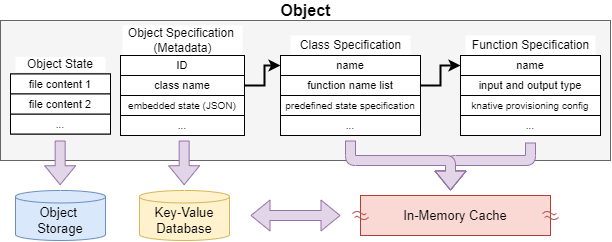
Above: doc/diagrams/oaas_datamodel_v3.dio.png in hpcclab/OaaS (draw.io), before the change. Source tidied: cells renumbered, new cells last; positions are measured from the earlier drawing's top-left corner, leaving out a move shared by most shapes.
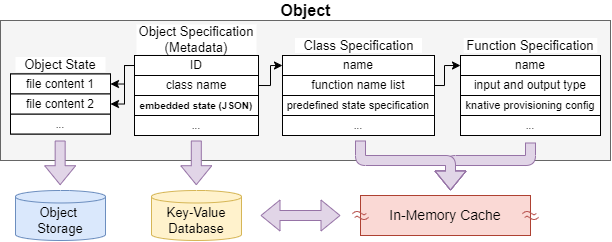
After the commit.

Diff of the diagram source:
```diff
@@ -11,68 +11,60 @@
     <mxCell id="4" style="rounded=0;whiteSpace=wrap;html=1;labelBackgroundColor=none;fontSize=12;strokeColor=#000000;verticalAlign=top;" parent="1" vertex="1">
       <mxGeometry x="10" y="73.5" width="100" height="60" as="geometry" />
     </mxCell>
-    <mxCell id="5" style="rounded=0;whiteSpace=wrap;html=1;labelBackgroundColor=none;fontSize=12;strokeColor=#000000;verticalAlign=top;" parent="1" vertex="1">
-      <mxGeometry x="280" y="60" width="140" height="75" as="geometry" />
-    </mxCell>
     <mxCell id="6" value="Object &lt;br&gt;Storage" style="shape=cylinder3;whiteSpace=wrap;html=1;boundedLbl=1;backgroundOutline=1;size=6.239990234375;labelBackgroundColor=none;fontSize=13;strokeColor=#6c8ebf;fillColor=#dae8fc;" parent="1" vertex="1">
       <mxGeometry x="15" y="190" width="90" height="50" as="geometry" />
     </mxCell>
     <mxCell id="7" style="rounded=0;whiteSpace=wrap;html=1;labelBackgroundColor=none;fontSize=13;strokeColor=#000000;" parent="1" vertex="1">
       <mxGeometry x="460" y="55" width="140" height="80" as="geometry" />
     </mxCell>
-    <mxCell id="8" style="edgeStyle=orthogonalEdgeStyle;rounded=0;jettySize=auto;html=1;entryX=0;entryY=0.5;entryDx=0;entryDy=0;fontSize=12;startArrow=none;startFill=0;endArrow=classic;endFill=1;strokeWidth=2;exitX=1;exitY=0.5;exitDx=0;exitDy=0;" parent="1" edge="1" source="32" target="36">
-      <mxGeometry relative="1" as="geometry" />
+    <mxCell id="8" style="edgeStyle=orthogonalEdgeStyle;rounded=0;jettySize=auto;html=1;entryX=0;entryY=0.5;entryDx=0;entryDy=0;fontSize=12;startArrow=none;startFill=0;endArrow=classic;endFill=1;strokeWidth=1;exitX=1;exitY=0.5;exitDx=0;exitDy=0;" parent="1" edge="1" source="32" target="36">
+      <mxGeometry relative="1" as="geometry">
+        <Array as="points">
+          <mxPoint x="270" y="85" />
+          <mxPoint x="270" y="65" />
+        </Array>
+      </mxGeometry>
     </mxCell>
     <mxCell id="9" value="class name" style="rounded=0;whiteSpace=wrap;html=1;labelBackgroundColor=none;fontSize=10;strokeColor=#9673a6;fillColor=#e1d5e7;" parent="1" vertex="1">
       <mxGeometry x="140" y="95" width="100" height="20" as="geometry" />
     </mxCell>
     <mxCell id="10" value="..." style="rounded=0;whiteSpace=wrap;html=1;labelBackgroundColor=none;fontSize=10;" parent="1" vertex="1">
-      <mxGeometry x="120" y="115" width="124" height="20" as="geometry" />
+      <mxGeometry x="134" y="115" width="124" height="20" as="geometry" />
     </mxCell>
-    <mxCell id="11" value="&lt;span&gt;Class Specification&lt;/span&gt;" style="text;html=1;align=center;verticalAlign=middle;strokeColor=none;fillColor=default;fontSize=12;" parent="1" vertex="1">
-      <mxGeometry x="290" y="35" width="120" height="20" as="geometry" />
-    </mxCell>
-    <mxCell id="12" style="edgeStyle=orthogonalEdgeStyle;rounded=0;jettySize=auto;html=1;entryX=0;entryY=0.5;entryDx=0;entryDy=0;fontSize=16;startArrow=none;startFill=0;endArrow=classic;endFill=1;strokeWidth=2;fillColor=default;" parent="1" edge="1" source="13" target="16">
-      <mxGeometry relative="1" as="geometry" />
+    <mxCell id="12" style="edgeStyle=orthogonalEdgeStyle;rounded=0;jettySize=auto;html=1;entryX=0;entryY=0.5;entryDx=0;entryDy=0;fontSize=16;startArrow=none;startFill=0;endArrow=classic;endFill=1;strokeWidth=1;fillColor=default;exitX=1;exitY=0.5;exitDx=0;exitDy=0;" parent="1" edge="1" source="35" target="16">
+      <mxGeometry relative="1" as="geometry">
+        <Array as="points">
+          <mxPoint x="444" y="85" />
+          <mxPoint x="444" y="65" />
+        </Array>
+      </mxGeometry>
     </mxCell>
-    <mxCell id="13" value="function name list" style="rounded=0;whiteSpace=wrap;html=1;labelBackgroundColor=none;fontSize=10;strokeColor=#82b366;fillColor=#d5e8d4;" parent="1" vertex="1">
-      <mxGeometry x="280" y="75" width="140" height="20" as="geometry" />
-    </mxCell>
-    <mxCell id="14" value="predefined state specification" style="rounded=0;whiteSpace=wrap;html=1;labelBackgroundColor=none;fontSize=10;strokeColor=#82b366;fillColor=#d5e8d4;" parent="1" vertex="1">
-      <mxGeometry x="280" y="95" width="140" height="20" as="geometry" />
-    </mxCell>
-    <mxCell id="15" value="&lt;span style=&quot;font-size: 12px;&quot;&gt;Function Specification&lt;/span&gt;" style="text;html=1;align=center;verticalAlign=middle;strokeColor=none;fillColor=default;fontSize=12;" parent="1" vertex="1">
-      <mxGeometry x="465" y="35" width="130" height="20" as="geometry" />
-    </mxCell>
     <mxCell id="16" value="name" style="rounded=0;whiteSpace=wrap;html=1;labelBackgroundColor=none;fontSize=10;strokeColor=#82b366;fillColor=#d5e8d4;" parent="1" vertex="1">
       <mxGeometry x="460" y="55" width="140" height="20" as="geometry" />
     </mxCell>
     <mxCell id="17" value="input and output type" style="rounded=0;whiteSpace=wrap;html=1;labelBackgroundColor=none;fontSize=10;strokeColor=#82b366;fillColor=#d5e8d4;" parent="1" vertex="1">
       <mxGeometry x="460" y="75" width="140" height="20" as="geometry" />
     </mxCell>
-    <mxCell id="18" value="knative provisioning config" style="rounded=0;whiteSpace=wrap;html=1;labelBackgroundColor=none;fontSize=10;" parent="1" vertex="1">
+    <mxCell id="18" value="knative provisioning config" style="rounded=0;whiteSpace=wrap;html=1;labelBackgroundColor=none;fontSize=11;" parent="1" vertex="1">
       <mxGeometry x="460" y="95" width="140" height="20" as="geometry" />
     </mxCell>
     <mxCell id="19" value="..." style="rounded=0;whiteSpace=wrap;html=1;labelBackgroundColor=none;fontSize=10;" parent="1" vertex="1">
-      <mxGeometry x="280" y="115" width="140" height="20" as="geometry" />
+      <mxGeometry x="282" y="115" width="152" height="20" as="geometry" />
     </mxCell>
     <mxCell id="20" value="..." style="rounded=0;whiteSpace=wrap;html=1;labelBackgroundColor=none;fontSize=10;" parent="1" vertex="1">
       <mxGeometry x="460" y="115" width="140" height="20" as="geometry" />
     </mxCell>
-    <mxCell id="21" value="&lt;span style=&quot;font-size: 12px&quot;&gt;Object&amp;nbsp;&lt;/span&gt;Specification &lt;br&gt;(Metadata)" style="text;html=1;align=center;verticalAlign=middle;strokeColor=none;fillColor=default;fontSize=12;" parent="1" vertex="1">
-      <mxGeometry x="122" y="25" width="120" height="30" as="geometry" />
-    </mxCell>
-    <mxCell id="22" value="&lt;span style=&quot;font-size: 12px;&quot;&gt;Object State&lt;/span&gt;" style="text;whiteSpace=wrap;html=1;fontSize=12;align=center;verticalAlign=middle;fillColor=default;" parent="1" vertex="1">
+    <mxCell id="22" value="&lt;span style=&quot;font-size: 13px;&quot;&gt;Object State&lt;/span&gt;" style="text;whiteSpace=wrap;html=1;fontSize=13;align=center;verticalAlign=middle;fillColor=default;" parent="1" vertex="1">
       <mxGeometry x="15" y="56.5" width="90" height="15" as="geometry" />
     </mxCell>
     <mxCell id="23" value="..." style="rounded=0;whiteSpace=wrap;html=1;labelBackgroundColor=none;fontSize=10;" parent="1" vertex="1">
       <mxGeometry x="10" y="113.5" width="100" height="20" as="geometry" />
     </mxCell>
-    <mxCell id="24" value="In-Memory Cache" style="rounded=0;whiteSpace=wrap;html=1;fontFamily=Helvetica;fontSize=13;align=center;strokeColor=#ae4132;fillColor=#fad9d5;" parent="1" vertex="1">
-      <mxGeometry x="360" y="195" width="190" height="40" as="geometry" />
+    <mxCell id="24" value="In-Memory Cache" style="rounded=0;whiteSpace=wrap;html=1;fontFamily=Helvetica;fontSize=14;align=center;strokeColor=#ae4132;fillColor=#fad9d5;" parent="1" vertex="1">
+      <mxGeometry x="360" y="195" width="170" height="40" as="geometry" />
     </mxCell>
     <mxCell id="25" value="Key-Value&lt;br&gt;Database" style="shape=cylinder3;whiteSpace=wrap;html=1;boundedLbl=1;backgroundOutline=1;size=6.239990234375;labelBackgroundColor=none;fontSize=13;strokeColor=#d6b656;fillColor=#fff2cc;" parent="1" vertex="1">
-      <mxGeometry x="139" y="190" width="90" height="50" as="geometry" />
+      <mxGeometry x="151" y="190" width="90" height="50" as="geometry" />
     </mxCell>
     <mxCell id="26" style="shape=flexArrow;endArrow=classic;html=1;rounded=0;fontSize=10;strokeWidth=1;fillColor=#e1d5e7;strokeColor=#9673a6;" parent="1" edge="1">
       <mxGeometry relative="1" as="geometry">
@@ -82,8 +74,8 @@
     </mxCell>
     <mxCell id="27" style="shape=flexArrow;endArrow=classic;html=1;rounded=0;fontSize=10;strokeWidth=1;fillColor=#e1d5e7;strokeColor=#9673a6;" parent="1" edge="1">
       <mxGeometry relative="1" as="geometry">
-        <mxPoint x="183.7" y="140" as="sourcePoint" />
-        <mxPoint x="183.7" y="184.7" as="targetPoint" />
+        <mxPoint x="195.8" y="140" as="sourcePoint" />
+        <mxPoint x="195.8" y="184.7" as="targetPoint" />
       </mxGeometry>
     </mxCell>
     <mxCell id="28" style="shape=flexArrow;endArrow=classic;html=1;rounded=1;fontSize=10;strokeWidth=1;fillColor=#e1d5e7;strokeColor=#9673a6;" parent="1" edge="1">
@@ -98,45 +90,45 @@
     </mxCell>
     <mxCell id="29" style="shape=flexArrow;endArrow=classic;html=1;rounded=1;fontSize=10;strokeWidth=1;fillColor=#e1d5e7;strokeColor=#9673a6;sketch=0;targetPerimeterSpacing=0;sourcePerimeterSpacing=0;" parent="1" edge="1">
       <mxGeometry relative="1" as="geometry">
-        <mxPoint x="350" y="140" as="sourcePoint" />
+        <mxPoint x="360" y="140" as="sourcePoint" />
         <mxPoint x="450" y="190" as="targetPoint" />
         <Array as="points">
-          <mxPoint x="350" y="160" />
+          <mxPoint x="360" y="160" />
           <mxPoint x="450" y="160" />
         </Array>
       </mxGeometry>
     </mxCell>
-    <mxCell id="30" value="file content 1" style="rounded=0;whiteSpace=wrap;html=1;labelBackgroundColor=none;fontSize=11;" parent="1" vertex="1">
+    <mxCell id="30" value="file content 1" style="rounded=0;whiteSpace=wrap;html=1;labelBackgroundColor=none;fontSize=12;" parent="1" vertex="1">
       <mxGeometry x="10" y="73.5" width="100" height="20" as="geometry" />
     </mxCell>
-    <mxCell id="31" value="file content 2" style="rounded=0;whiteSpace=wrap;html=1;labelBackgroundColor=none;fontSize=11;" parent="1" vertex="1">
+    <mxCell id="31" value="file content 2" style="rounded=0;whiteSpace=wrap;html=1;labelBackgroundColor=none;fontSize=12;" parent="1" vertex="1">
       <mxGeometry x="10" y="93.5" width="100" height="20" as="geometry" />
     </mxCell>
-    <mxCell id="32" value="class name" style="rounded=0;whiteSpace=wrap;html=1;labelBackgroundColor=none;fontSize=11;" parent="1" vertex="1">
-      <mxGeometry x="120" y="75" width="124" height="20" as="geometry" />
+    <mxCell id="32" value="class name" style="rounded=0;whiteSpace=wrap;html=1;labelBackgroundColor=none;fontSize=12;" parent="1" vertex="1">
+      <mxGeometry x="134" y="75" width="124" height="20" as="geometry" />
     </mxCell>
-    <mxCell id="33" value="embedded state (JSON)" style="rounded=0;whiteSpace=wrap;html=1;labelBackgroundColor=none;fontSize=10;" parent="1" vertex="1">
-      <mxGeometry x="120" y="95" width="124" height="20" as="geometry" />
+    <mxCell id="33" value="&lt;b&gt;embedded state (JSON)&lt;/b&gt;" style="rounded=0;whiteSpace=wrap;html=1;labelBackgroundColor=none;fontSize=10;" parent="1" vertex="1">
+      <mxGeometry x="134" y="95" width="124" height="20" as="geometry" />
     </mxCell>
-    <mxCell id="34" value="predefined state specification" style="rounded=0;whiteSpace=wrap;html=1;labelBackgroundColor=none;fontSize=10;" parent="1" vertex="1">
-      <mxGeometry x="280" y="95" width="140" height="20" as="geometry" />
+    <mxCell id="34" value="predefined state specification" style="rounded=0;whiteSpace=wrap;html=1;labelBackgroundColor=none;fontSize=11;" parent="1" vertex="1">
+      <mxGeometry x="282" y="95" width="152" height="20" as="geometry" />
     </mxCell>
-    <mxCell id="35" value="function name list" style="rounded=0;whiteSpace=wrap;html=1;labelBackgroundColor=none;fontSize=11;" parent="1" vertex="1">
-      <mxGeometry x="280" y="75" width="140" height="20" as="geometry" />
+    <mxCell id="35" value="function name list" style="rounded=0;whiteSpace=wrap;html=1;labelBackgroundColor=none;fontSize=12;" parent="1" vertex="1">
+      <mxGeometry x="282" y="75" width="152" height="20" as="geometry" />
     </mxCell>
-    <mxCell id="36" value="name" style="rounded=0;whiteSpace=wrap;html=1;labelBackgroundColor=none;fontSize=11;" parent="1" vertex="1">
-      <mxGeometry x="280" y="55" width="140" height="20" as="geometry" />
+    <mxCell id="36" value="name" style="rounded=0;whiteSpace=wrap;html=1;labelBackgroundColor=none;fontSize=12;" parent="1" vertex="1">
+      <mxGeometry x="282" y="55" width="152" height="20" as="geometry" />
     </mxCell>
-    <mxCell id="37" value="name" style="rounded=0;whiteSpace=wrap;html=1;labelBackgroundColor=none;fontSize=11;" parent="1" vertex="1">
+    <mxCell id="37" value="name" style="rounded=0;whiteSpace=wrap;html=1;labelBackgroundColor=none;fontSize=12;" parent="1" vertex="1">
       <mxGeometry x="460" y="55" width="140" height="20" as="geometry" />
     </mxCell>
-    <mxCell id="38" value="input and output type" style="rounded=0;whiteSpace=wrap;html=1;labelBackgroundColor=none;fontSize=11;" parent="1" vertex="1">
+    <mxCell id="38" value="input and output type" style="rounded=0;whiteSpace=wrap;html=1;labelBackgroundColor=none;fontSize=12;" parent="1" vertex="1">
       <mxGeometry x="460" y="75" width="140" height="20" as="geometry" />
     </mxCell>
     <mxCell id="39" style="shape=flexArrow;endArrow=classic;html=1;rounded=0;fontSize=10;strokeWidth=1;fillColor=#e1d5e7;strokeColor=#9673a6;startArrow=block;" parent="1" edge="1">
       <mxGeometry relative="1" as="geometry">
         <mxPoint x="340" y="215" as="sourcePoint" />
-        <mxPoint x="250" y="215" as="targetPoint" />
+        <mxPoint x="260" y="215" as="targetPoint" />
       </mxGeometry>
     </mxCell>
     <mxCell id="40" style="endArrow=classic;html=1;rounded=1;sketch=0;fontSize=11;sourcePerimeterSpacing=0;targetPerimeterSpacing=0;strokeColor=#b85450;strokeWidth=1;fillColor=#f8cecc;shape=link;edgeStyle=isometricEdgeStyle;width=4.579439252336449;" parent="1" edge="1">
@@ -147,12 +139,37 @@
     </mxCell>
     <mxCell id="41" style="endArrow=classic;html=1;rounded=1;sketch=0;fontSize=11;sourcePerimeterSpacing=0;targetPerimeterSpacing=0;strokeColor=#b85450;strokeWidth=1;fillColor=#f8cecc;shape=link;edgeStyle=isometricEdgeStyle;width=4.579439252336449;" parent="1" edge="1">
       <mxGeometry relative="1" as="geometry">
-        <mxPoint x="543" y="215" as="sourcePoint" />
-        <mxPoint x="557" y="215" as="targetPoint" />
+        <mxPoint x="523" y="215" as="sourcePoint" />
+        <mxPoint x="537" y="215" as="targetPoint" />
       </mxGeometry>
     </mxCell>
+    <mxCell id="43" style="edgeStyle=orthogonalEdgeStyle;rounded=0;jettySize=auto;html=1;exitX=0;exitY=0.5;exitDx=0;exitDy=0;entryX=1;entryY=0.5;entryDx=0;entryDy=0;strokeWidth=1;" parent="1" edge="1" source="42" target="31">
+      <mxGeometry relative="1" as="geometry">
+        <Array as="points">
+          <mxPoint x="124" y="65" />
+          <mxPoint x="124" y="104" />
+        </Array>
+      </mxGeometry>
+    </mxCell>
-    <mxCell id="42" value="ID" style="rounded=0;whiteSpace=wrap;html=1;labelBackgroundColor=none;fontSize=11;" parent="1" vertex="1">
-      <mxGeometry x="120" y="55" width="124" height="20" as="geometry" />
+    <mxCell id="42" value="ID" style="rounded=0;whiteSpace=wrap;html=1;labelBackgroundColor=none;fontSize=12;" parent="1" vertex="1">
+      <mxGeometry x="134" y="55" width="124" height="20" as="geometry" />
     </mxCell>
+    <mxCell id="44" style="edgeStyle=orthogonalEdgeStyle;rounded=0;jettySize=auto;html=1;exitX=0;exitY=0.5;exitDx=0;exitDy=0;entryX=1;entryY=0.5;entryDx=0;entryDy=0;strokeWidth=1;" parent="1" edge="1" source="42" target="30">
+      <mxGeometry relative="1" as="geometry">
+        <Array as="points">
+          <mxPoint x="124" y="65" />
+          <mxPoint x="124" y="83" />
+        </Array>
+      </mxGeometry>
+    </mxCell>
+    <mxCell id="21" value="&lt;span style=&quot;font-size: 13px;&quot;&gt;Object&amp;nbsp;&lt;/span&gt;&lt;span style=&quot;font-size: 13px;&quot;&gt;Specification&lt;/span&gt;&lt;br style=&quot;font-size: 13px;&quot;&gt;&lt;span style=&quot;font-size: 13px;&quot;&gt;(Metadata)&lt;/span&gt;" style="text;whiteSpace=wrap;html=1;fontSize=13;align=center;verticalAlign=middle;fillColor=default;" parent="1" vertex="1">
+      <mxGeometry x="136" y="24" width="120" height="30" as="geometry" />
+    </mxCell>
+    <mxCell id="11" value="&lt;span style=&quot;font-size: 13px;&quot;&gt;Class Specification&lt;/span&gt;" style="text;whiteSpace=wrap;html=1;fontSize=13;align=center;verticalAlign=middle;fillColor=default;" parent="1" vertex="1">
+      <mxGeometry x="294.5" y="37.5" width="127" height="15" as="geometry" />
+    </mxCell>
+    <mxCell id="15" value="&lt;span style=&quot;font-size: 13px;&quot;&gt;Function Specification&lt;/span&gt;" style="text;whiteSpace=wrap;html=1;fontSize=13;align=center;verticalAlign=middle;fillColor=default;" parent="1" vertex="1">
+      <mxGeometry x="463.2" y="37.5" width="133.5" height="15" as="geometry" />
+    </mxCell>
   </root>
 </mxGraphModel>
```
